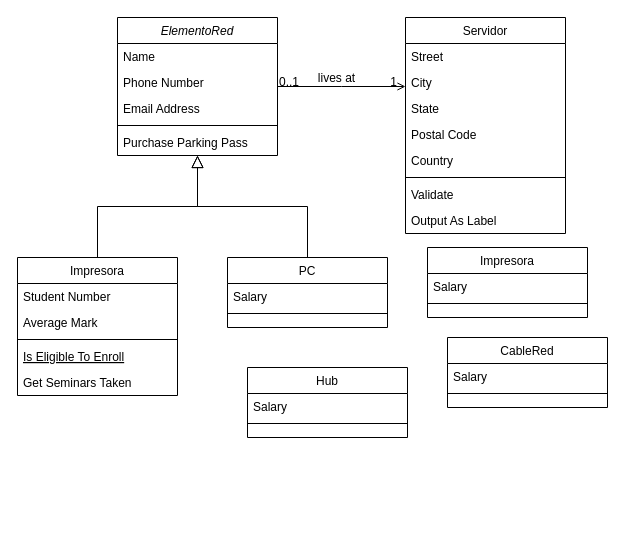
vitoriadelanachaves/uml_class_diagram keeps this draw.io diagram as redes.drawio. Above is the earlier version. Source tidied: cells renumbered, new cells numbered last; positions are measured from the earlier drawing's top-left corner, leaving out a move shared by most shapes. Both pictures are drawn from the tidied source at 100%, with x=0, y=0 at pixel (17, 17).
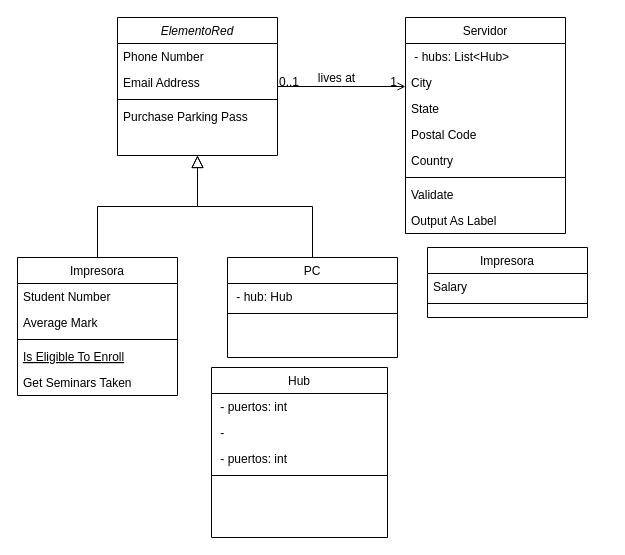
Above is the later version.

Unchanged cells that the change refers to:
```xml
<mxCell id="2" value="ElementoRed" style="swimlane;fontStyle=2;align=center;verticalAlign=top;horizontal=1;startSize=26;rounded=0;shadow=0;strokeWidth=1;" parent="1" vertex="1">
  <mxGeometry x="100" width="160" height="138" as="geometry" />
</mxCell>
<mxCell id="19" value="Servidor" style="swimlane;fontStyle=0;align=center;verticalAlign=top;horizontal=1;startSize=26;rounded=0;shadow=0;strokeWidth=1;" parent="1" vertex="1">
  <mxGeometry x="388" width="160" height="216" as="geometry" />
</mxCell>
```

Diff of the diagram source:
```diff
@@
-    <mxCell id="3" value="Name" style="text;align=left;verticalAlign=top;spacingLeft=4;spacingRight=4;overflow=hidden;" parent="2" vertex="1">
-      <mxGeometry y="26" width="160" height="26" as="geometry" />
-    </mxCell>
     <mxCell id="4" value="Phone Number" style="text;align=left;verticalAlign=top;spacingLeft=4;spacingRight=4;overflow=hidden;rounded=0;shadow=0;html=0;" parent="2" vertex="1">
-      <mxGeometry y="52" width="160" height="26" as="geometry" />
+      <mxGeometry y="26" width="160" height="26" as="geometry" />
     </mxCell>
     <mxCell id="5" value="Email Address" style="text;align=left;verticalAlign=top;spacingLeft=4;spacingRight=4;overflow=hidden;rounded=0;shadow=0;html=0;" parent="2" vertex="1">
-      <mxGeometry y="78" width="160" height="26" as="geometry" />
+      <mxGeometry y="52" width="160" height="26" as="geometry" />
     </mxCell>
     <mxCell id="6" style="line;html=1;strokeWidth=1;align=left;verticalAlign=middle;spacingTop=-1;spacingLeft=3;spacingRight=3;labelPosition=right;" parent="2" vertex="1">
-      <mxGeometry y="104" width="160" height="8" as="geometry" />
+      <mxGeometry y="78" width="160" height="8" as="geometry" />
     </mxCell>
     <mxCell id="7" value="Purchase Parking Pass" style="text;align=left;verticalAlign=top;spacingLeft=4;spacingRight=4;overflow=hidden;" parent="2" vertex="1">
-      <mxGeometry y="112" width="160" height="26" as="geometry" />
+      <mxGeometry y="86" width="160" height="26" as="geometry" />
     </mxCell>
@@
     <mxCell id="15" value="PC" style="swimlane;fontStyle=0;align=center;verticalAlign=top;horizontal=1;startSize=26;rounded=0;shadow=0;strokeWidth=1;" parent="1" vertex="1">
-      <mxGeometry x="210" y="240" width="160" height="70" as="geometry" />
+      <mxGeometry x="210" y="240" width="170" height="100" as="geometry" />
     </mxCell>
-    <mxCell id="16" value="Salary" style="text;align=left;verticalAlign=top;spacingLeft=4;spacingRight=4;overflow=hidden;" parent="15" vertex="1">
-      <mxGeometry y="26" width="160" height="26" as="geometry" />
+    <mxCell id="16" value=" - hub: Hub" style="text;align=left;verticalAlign=top;spacingLeft=4;spacingRight=4;overflow=hidden;" parent="15" vertex="1">
+      <mxGeometry y="26" width="170" height="26" as="geometry" />
     </mxCell>
     <mxCell id="17" style="line;html=1;strokeWidth=1;align=left;verticalAlign=middle;spacingTop=-1;spacingLeft=3;spacingRight=3;labelPosition=right;" parent="15" vertex="1">
-      <mxGeometry y="52" width="160" height="8" as="geometry" />
+      <mxGeometry y="52" width="170" height="8" as="geometry" />
     </mxCell>
@@
-    <mxCell id="20" value="Street" style="text;align=left;verticalAlign=top;spacingLeft=4;spacingRight=4;overflow=hidden;" parent="19" vertex="1">
+    <mxCell id="20" value=" - hubs: List&lt;Hub&gt;" style="text;align=left;verticalAlign=top;spacingLeft=4;spacingRight=4;overflow=hidden;" parent="19" vertex="1">
       <mxGeometry y="26" width="160" height="26" as="geometry" />
     </mxCell>
@@
-    <mxCell id="32" value="CableRed" style="swimlane;fontStyle=0;align=center;verticalAlign=top;horizontal=1;startSize=26;rounded=0;shadow=0;strokeWidth=1;" parent="1" vertex="1">
-      <mxGeometry x="430" y="320" width="160" height="70" as="geometry" />
-    </mxCell>
-    <mxCell id="33" value="Salary" style="text;align=left;verticalAlign=top;spacingLeft=4;spacingRight=4;overflow=hidden;" parent="32" vertex="1">
-      <mxGeometry y="26" width="160" height="26" as="geometry" />
-    </mxCell>
-    <mxCell id="34" style="line;html=1;strokeWidth=1;align=left;verticalAlign=middle;spacingTop=-1;spacingLeft=3;spacingRight=3;labelPosition=right;" parent="32" vertex="1">
-      <mxGeometry y="52" width="160" height="8" as="geometry" />
-    </mxCell>
     <mxCell id="35" value="Hub" style="swimlane;fontStyle=0;align=center;verticalAlign=top;horizontal=1;startSize=26;rounded=0;shadow=0;strokeWidth=1;" parent="1" vertex="1">
-      <mxGeometry x="230" y="350" width="160" height="70" as="geometry" />
+      <mxGeometry x="194" y="350" width="176" height="170" as="geometry" />
     </mxCell>
-    <mxCell id="36" value="Salary" style="text;align=left;verticalAlign=top;spacingLeft=4;spacingRight=4;overflow=hidden;" parent="35" vertex="1">
-      <mxGeometry y="26" width="160" height="26" as="geometry" />
+    <mxCell id="36" value=" - puertos: int" style="text;align=left;verticalAlign=top;spacingLeft=4;spacingRight=4;overflow=hidden;" parent="35" vertex="1">
+      <mxGeometry y="26" width="176" height="26" as="geometry" />
     </mxCell>
+    <mxCell id="41" value=" -" style="text;align=left;verticalAlign=top;spacingLeft=4;spacingRight=4;overflow=hidden;" parent="35" vertex="1">
+      <mxGeometry y="52" width="176" height="26" as="geometry" />
+    </mxCell>
+    <mxCell id="42" value=" - puertos: int" style="text;align=left;verticalAlign=top;spacingLeft=4;spacingRight=4;overflow=hidden;" parent="35" vertex="1">
+      <mxGeometry y="78" width="176" height="26" as="geometry" />
+    </mxCell>
     <mxCell id="37" style="line;html=1;strokeWidth=1;align=left;verticalAlign=middle;spacingTop=-1;spacingLeft=3;spacingRight=3;labelPosition=right;" parent="35" vertex="1">
-      <mxGeometry y="52" width="160" height="8" as="geometry" />
+      <mxGeometry y="104" width="176" height="8" as="geometry" />
     </mxCell>
```
